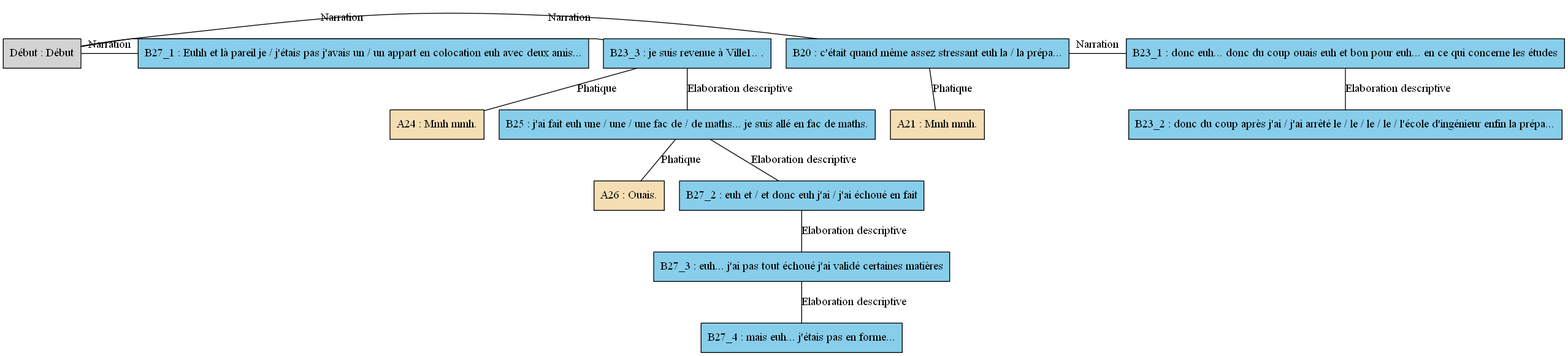
Before: arbres/Nord/Nord_-_A12.gv.png, a diagram exported from Graphviz (AlaixComet/AnnotationSlamPTut). Its source is kept beside it as arbres/Nord/Nord_-_A12.gv.
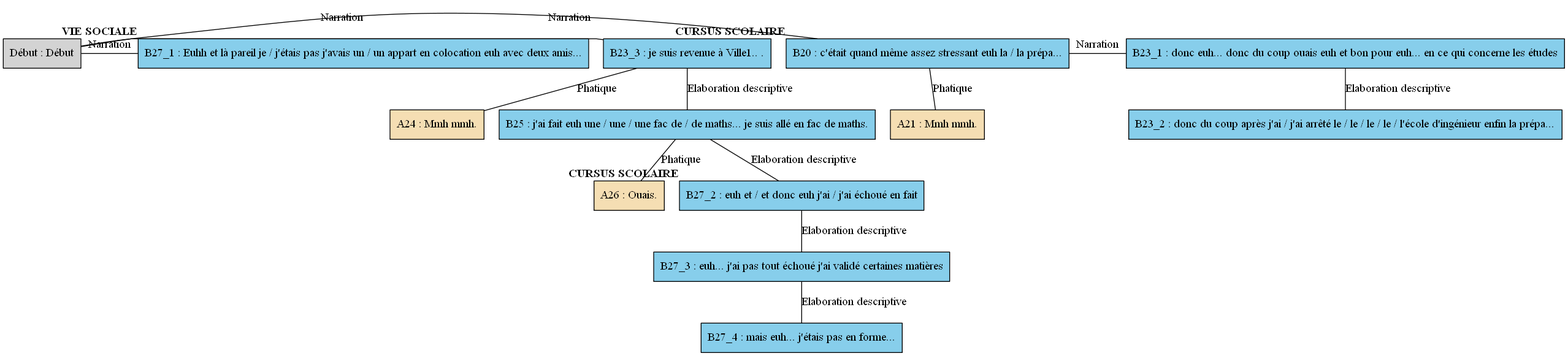
Later version of the same file.

Diff of the diagram source:
```diff
@@ -1,18 +1,18 @@
 digraph A12 {
 	node [shape=box style=filled]
-	"Début" [label="Début : Début"]
-	B20 [label="B20 : c'était quand même assez stressant euh la / la prépa..." fillcolor=skyblue]
-	A21 [label="A21 : Mmh mmh." fillcolor=wheat]
-	B23_1 [label="B23_1 : donc euh... donc du coup ouais euh et bon pour euh... en ce qui concerne les études" fillcolor=skyblue]
-	B23_2 [label="B23_2 : donc du coup après j'ai / j'ai arrêté le / le / le / le / l'école d'ingénieur enfin la prépa..." fillcolor=skyblue]
-	B23_3 [label="B23_3 : je suis revenue à Ville1.. ." fillcolor=skyblue]
-	A24 [label="A24 : Mmh mmh." fillcolor=wheat]
-	B25 [label="B25 : j'ai fait euh une / une / une fac de / de maths... je suis allé en fac de maths." fillcolor=skyblue]
-	A26 [label="A26 : Ouais." fillcolor=wheat]
-	B27_1 [label="B27_1 : Euhh et là pareil je / j'étais pas j'avais un / un appart en colocation euh avec deux amis..." fillcolor=skyblue]
-	B27_2 [label="B27_2 : euh et / et donc euh j'ai / j'ai échoué en fait" fillcolor=skyblue]
-	B27_3 [label="B27_3 : euh... j'ai pas tout échoué j'ai validé certaines matières" fillcolor=skyblue]
-	B27_4 [label="B27_4 : mais euh... j'étais pas en forme..." fillcolor=skyblue]
+	"Début" [label="Début : Début" xlabel=""]
+	B20 [label="B20 : c'était quand même assez stressant euh la / la prépa..." fillcolor=skyblue xlabel=<<B>CURSUS SCOLAIRE</B>>]
+	A21 [label="A21 : Mmh mmh." fillcolor=wheat xlabel=""]
+	B23_1 [label="B23_1 : donc euh... donc du coup ouais euh et bon pour euh... en ce qui concerne les études" fillcolor=skyblue xlabel=""]
+	B23_2 [label="B23_2 : donc du coup après j'ai / j'ai arrêté le / le / le / le / l'école d'ingénieur enfin la prépa..." fillcolor=skyblue xlabel=""]
+	B23_3 [label="B23_3 : je suis revenue à Ville1.. ." fillcolor=skyblue xlabel=""]
+	A24 [label="A24 : Mmh mmh." fillcolor=wheat xlabel=""]
+	B25 [label="B25 : j'ai fait euh une / une / une fac de / de maths... je suis allé en fac de maths." fillcolor=skyblue xlabel=""]
+	A26 [label="A26 : Ouais." fillcolor=wheat xlabel=""]
+	B27_1 [label="B27_1 : Euhh et là pareil je / j'étais pas j'avais un / un appart en colocation euh avec deux amis..." fillcolor=skyblue xlabel=<<B>VIE SOCIALE</B>>]
+	B27_2 [label="B27_2 : euh et / et donc euh j'ai / j'ai échoué en fait" fillcolor=skyblue xlabel=<<B>CURSUS SCOLAIRE</B>>]
+	B27_3 [label="B27_3 : euh... j'ai pas tout échoué j'ai validé certaines matières" fillcolor=skyblue xlabel=""]
+	B27_4 [label="B27_4 : mais euh... j'étais pas en forme..." fillcolor=skyblue xlabel=""]
 	{
 		rank=same
 		"Début"
```
